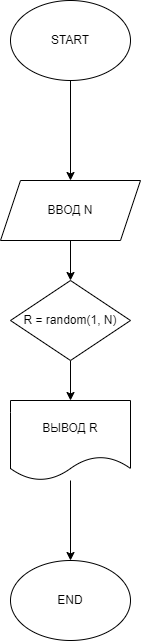
The draw.io diagram ex001.drawio.png in krig-ol/practice, before a commit. Source tidied: cells renumbered, new cells last; positions are measured from the earlier drawing's top-left corner, leaving out a move shared by most shapes. Its diagram source:
```xml
<mxGraphModel>
  <root>
    <mxCell id="0" />
    <mxCell id="1" parent="0" />
    <mxCell id="2" style="edgeStyle=none;html=1;entryX=0.5;entryY=0;entryDx=0;entryDy=0;" parent="1" edge="1" source="3" target="7">
      <mxGeometry relative="1" as="geometry" />
    </mxCell>
    <mxCell id="3" value="START" style="ellipse;whiteSpace=wrap;html=1;" parent="1" vertex="1">
      <mxGeometry x="10" width="120" height="80" as="geometry" />
    </mxCell>
    <mxCell id="4" style="edgeStyle=none;html=1;" parent="1" edge="1" source="5" target="9">
      <mxGeometry relative="1" as="geometry" />
    </mxCell>
    <mxCell id="5" value="R = random(1, N)" style="rhombus;whiteSpace=wrap;html=1;" parent="1" vertex="1">
      <mxGeometry x="10" y="280" width="120" height="80" as="geometry" />
    </mxCell>
    <mxCell id="6" style="edgeStyle=none;html=1;" parent="1" edge="1" source="7" target="5">
      <mxGeometry relative="1" as="geometry" />
    </mxCell>
    <mxCell id="7" value="ВВОД N" style="shape=parallelogram;perimeter=parallelogramPerimeter;whiteSpace=wrap;html=1;fixedSize=1;" parent="1" vertex="1">
      <mxGeometry y="180" width="140" height="60" as="geometry" />
    </mxCell>
    <mxCell id="8" style="edgeStyle=none;html=1;" parent="1" edge="1" source="9" target="10">
      <mxGeometry relative="1" as="geometry" />
    </mxCell>
    <mxCell id="9" value="ВЫВОД R" style="shape=document;whiteSpace=wrap;html=1;boundedLbl=1;" parent="1" vertex="1">
      <mxGeometry x="10" y="400" width="120" height="80" as="geometry" />
    </mxCell>
    <mxCell id="10" value="END" style="ellipse;whiteSpace=wrap;html=1;" parent="1" vertex="1">
      <mxGeometry x="10" y="560" width="120" height="80" as="geometry" />
    </mxCell>
  </root>
</mxGraphModel>
```
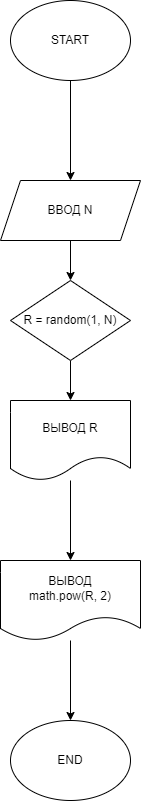
The same diagram one commit later.

Diff of the diagram source:
```diff
@@ -20,14 +20,20 @@
     <mxCell id="7" value="ВВОД N" style="shape=parallelogram;perimeter=parallelogramPerimeter;whiteSpace=wrap;html=1;fixedSize=1;" parent="1" vertex="1">
       <mxGeometry y="180" width="140" height="60" as="geometry" />
     </mxCell>
-    <mxCell id="8" style="edgeStyle=none;html=1;" parent="1" edge="1" source="9" target="10">
-      <mxGeometry relative="1" as="geometry" />
-    </mxCell>
+    <mxCell id="11" style="edgeStyle=none;html=1;" parent="1" edge="1" source="9" target="13">
+      <mxGeometry relative="1" as="geometry" />
+    </mxCell>
     <mxCell id="9" value="ВЫВОД R" style="shape=document;whiteSpace=wrap;html=1;boundedLbl=1;" parent="1" vertex="1">
       <mxGeometry x="10" y="400" width="120" height="80" as="geometry" />
     </mxCell>
     <mxCell id="10" value="END" style="ellipse;whiteSpace=wrap;html=1;" parent="1" vertex="1">
-      <mxGeometry x="10" y="560" width="120" height="80" as="geometry" />
+      <mxGeometry x="10" y="720" width="120" height="80" as="geometry" />
     </mxCell>
+    <mxCell id="12" style="edgeStyle=none;html=1;" parent="1" edge="1" source="13" target="10">
+      <mxGeometry relative="1" as="geometry" />
+    </mxCell>
+    <mxCell id="13" value="ВЫВОД&lt;br&gt;math.pow(R, 2)" style="shape=document;whiteSpace=wrap;html=1;boundedLbl=1;" parent="1" vertex="1">
+      <mxGeometry y="560" width="140" height="80" as="geometry" />
+    </mxCell>
   </root>
 </mxGraphModel>
```
